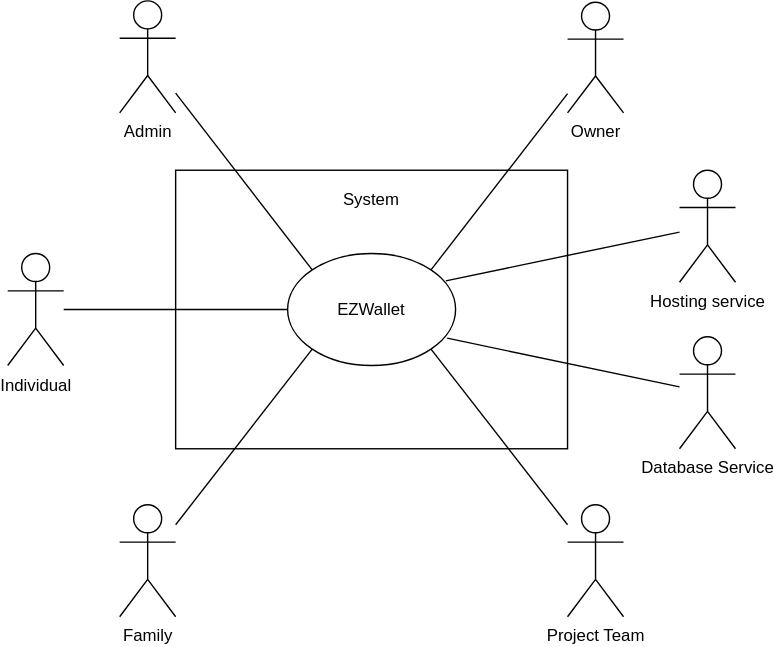
Earlier version of the draw.io export diagrams/ContextDiagramV1.svg (pucciorenzo/softengTesting). Source tidied: cells renumbered, new cells last; positions are measured from the earlier drawing's top-left corner, leaving out a move shared by most shapes.
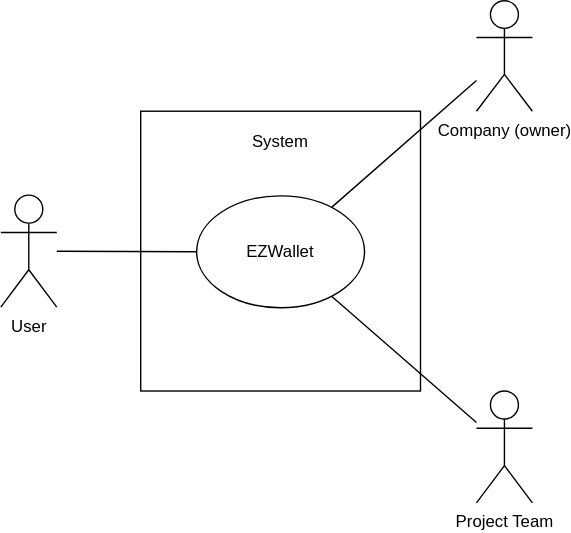
The same diagram one commit later.

Commit message:
removed admin and users. added generic user

Diff of the diagram source:
```diff
@@ -3,55 +3,31 @@
     <mxCell id="0" />
     <mxCell id="1" parent="0" />
     <mxCell id="2" style="rounded=0;whiteSpace=wrap;html=1;" parent="1" vertex="1">
-      <mxGeometry x="120" y="121" width="280" height="199" as="geometry" />
+      <mxGeometry x="160" y="120" width="200" height="200" as="geometry" />
     </mxCell>
     <mxCell id="3" value="EZWallet" style="ellipse;whiteSpace=wrap;html=1;" parent="1" vertex="1">
       <mxGeometry x="200" y="180.5" width="120" height="80" as="geometry" />
     </mxCell>
-    <mxCell id="4" value="Individual" style="shape=umlActor;verticalLabelPosition=bottom;verticalAlign=top;html=1;outlineConnect=0;" parent="1" vertex="1">
-      <mxGeometry y="180.5" width="40" height="80" as="geometry" />
+    <mxCell id="4" value="User" style="shape=umlActor;verticalLabelPosition=bottom;verticalAlign=top;html=1;outlineConnect=0;" parent="1" vertex="1">
+      <mxGeometry x="60" y="180" width="40" height="80" as="geometry" />
     </mxCell>
-    <mxCell id="5" value="Family" style="shape=umlActor;verticalLabelPosition=bottom;verticalAlign=top;html=1;outlineConnect=0;" parent="1" vertex="1">
-      <mxGeometry x="80" y="360" width="40" height="80" as="geometry" />
-    </mxCell>
-    <mxCell id="6" value="Admin" style="shape=umlActor;verticalLabelPosition=bottom;verticalAlign=top;html=1;outlineConnect=0;" parent="1" vertex="1">
-      <mxGeometry x="80" width="40" height="80" as="geometry" />
-    </mxCell>
     <mxCell id="7" value="Project Team" style="shape=umlActor;verticalLabelPosition=bottom;verticalAlign=top;html=1;outlineConnect=0;" parent="1" vertex="1">
-      <mxGeometry x="400" y="360" width="40" height="80" as="geometry" />
+      <mxGeometry x="400" y="320" width="40" height="80" as="geometry" />
     </mxCell>
-    <mxCell id="8" value="Owner" style="shape=umlActor;verticalLabelPosition=bottom;verticalAlign=top;html=1;outlineConnect=0;" parent="1" vertex="1">
-      <mxGeometry x="400" y="1" width="40" height="79" as="geometry" />
+    <mxCell id="8" value="Company (owner)" style="shape=umlActor;verticalLabelPosition=bottom;verticalAlign=top;html=1;outlineConnect=0;" parent="1" vertex="1">
+      <mxGeometry x="400" y="41" width="40" height="79" as="geometry" />
     </mxCell>
-    <mxCell id="9" value="Hosting service" style="shape=umlActor;verticalLabelPosition=bottom;verticalAlign=top;html=1;outlineConnect=0;" parent="1" vertex="1">
-      <mxGeometry x="480" y="121" width="40" height="80" as="geometry" />
-    </mxCell>
-    <mxCell id="10" value="Database Service&lt;br&gt;" style="shape=umlActor;verticalLabelPosition=bottom;verticalAlign=top;html=1;outlineConnect=0;" parent="1" vertex="1">
-      <mxGeometry x="480" y="240" width="40" height="80" as="geometry" />
-    </mxCell>
     <mxCell id="11" value="System" style="text;html=1;strokeColor=none;fillColor=none;align=center;verticalAlign=middle;whiteSpace=wrap;rounded=0;" parent="1" vertex="1">
       <mxGeometry x="220" y="121" width="80" height="41" as="geometry" />
     </mxCell>
-    <mxCell id="12" style="endArrow=none;html=1;rounded=0;entryX=0;entryY=1;entryDx=0;entryDy=0;" parent="1" edge="1" source="5" target="3">
-      <mxGeometry relative="1" as="geometry" />
-    </mxCell>
     <mxCell id="13" style="endArrow=none;html=1;rounded=0;exitX=0;exitY=0.5;exitDx=0;exitDy=0;" parent="1" edge="1" source="3" target="4">
       <mxGeometry relative="1" as="geometry" />
     </mxCell>
-    <mxCell id="14" style="endArrow=none;html=1;rounded=0;entryX=0;entryY=0;entryDx=0;entryDy=0;" parent="1" edge="1" source="6" target="3">
-      <mxGeometry relative="1" as="geometry" />
-    </mxCell>
-    <mxCell id="15" style="endArrow=none;html=1;rounded=0;exitX=1;exitY=0;exitDx=0;exitDy=0;" parent="1" edge="1" source="3" target="8">
+    <mxCell id="15" style="endArrow=none;html=1;rounded=0;" parent="1" edge="1" source="3" target="8">
       <mxGeometry relative="1" as="geometry" />
     </mxCell>
-    <mxCell id="16" style="endArrow=none;html=1;rounded=0;exitX=1;exitY=1;exitDx=0;exitDy=0;" parent="1" edge="1" source="3" target="7">
+    <mxCell id="16" style="endArrow=none;html=1;rounded=0;" parent="1" edge="1" source="3" target="7">
       <mxGeometry relative="1" as="geometry" />
     </mxCell>
-    <mxCell id="17" style="endArrow=none;html=1;rounded=0;exitX=0.942;exitY=0.244;exitDx=0;exitDy=0;exitPerimeter=0;" parent="1" edge="1" source="3" target="9">
-      <mxGeometry relative="1" as="geometry" />
-    </mxCell>
-    <mxCell id="18" style="endArrow=none;html=1;rounded=0;exitX=0.95;exitY=0.756;exitDx=0;exitDy=0;exitPerimeter=0;" parent="1" edge="1" source="3" target="10">
-      <mxGeometry relative="1" as="geometry" />
-    </mxCell>
   </root>
 </mxGraphModel>
```
